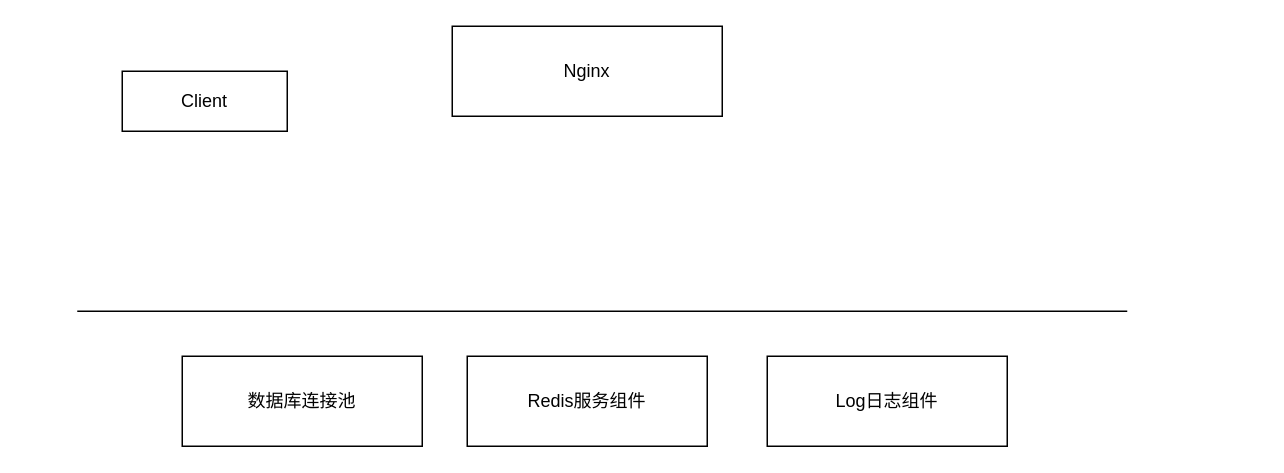
The draw.io diagram page "第 2 页" (2 of 2) of tuchuang.drawio in GreenTee-color/Documents, before the edit. Source tidied: cells renumbered, new cells numbered last; positions are measured from the earlier drawing's top-left corner, leaving out a move shared by most shapes. Both pictures are drawn from the tidied source at 150%, with x=0, y=0 at pixel (76, 26).
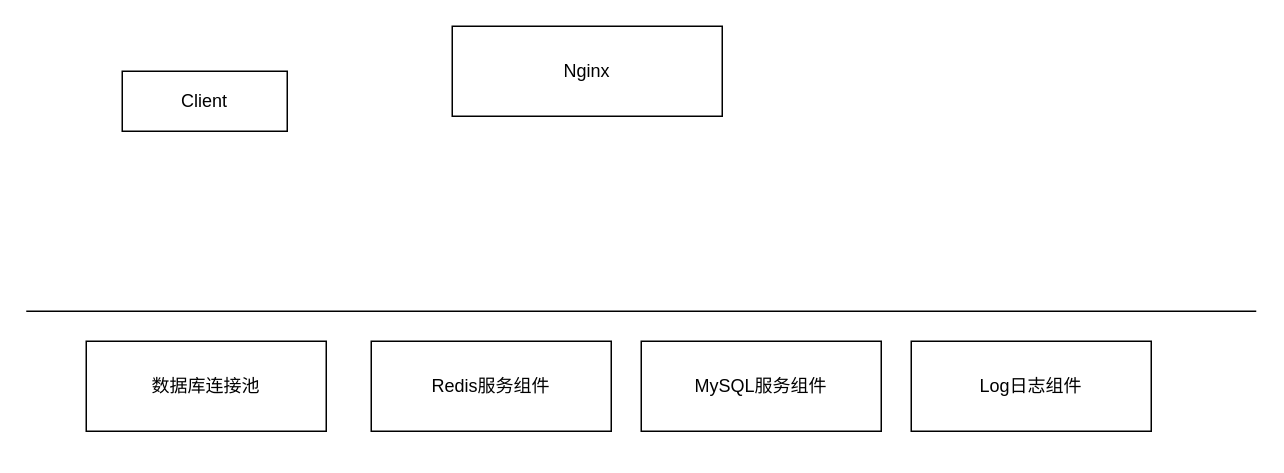
After the change.

Change to the diagram source:
```diff
@@
 <mxGraphModel>
   <root>
     <mxCell id="0" />
     <mxCell id="1" parent="0" />
     <mxCell id="2" value="Client" style="html=1;align=center;verticalAlign=middle;dashed=0;whiteSpace=wrap;" parent="1" vertex="1">
       <mxGeometry x="30" y="30" width="110" height="40" as="geometry" />
     </mxCell>
     <mxCell id="3" value="Nginx" style="html=1;align=center;verticalAlign=middle;dashed=0;whiteSpace=wrap;" parent="1" vertex="1">
       <mxGeometry x="250" width="180" height="60" as="geometry" />
     </mxCell>
     <mxCell id="4" value="数据库连接池" style="html=1;align=center;verticalAlign=middle;dashed=0;whiteSpace=wrap;" parent="1" vertex="1">
-      <mxGeometry x="70" y="220" width="160" height="60" as="geometry" />
+      <mxGeometry x="6" y="210" width="160" height="60" as="geometry" />
     </mxCell>
     <mxCell id="5" value="Redis服务组件" style="html=1;align=center;verticalAlign=middle;dashed=0;whiteSpace=wrap;" parent="1" vertex="1">
-      <mxGeometry x="260" y="220" width="160" height="60" as="geometry" />
+      <mxGeometry x="196" y="210" width="160" height="60" as="geometry" />
     </mxCell>
     <mxCell id="6" value="Log日志组件" style="html=1;align=center;verticalAlign=middle;dashed=0;whiteSpace=wrap;" parent="1" vertex="1">
-      <mxGeometry x="460" y="220" width="160" height="60" as="geometry" />
+      <mxGeometry x="556" y="210" width="160" height="60" as="geometry" />
     </mxCell>
     <mxCell id="7" style="endArrow=none;html=1;rounded=0;" parent="1" edge="1">
       <mxGeometry relative="1" as="geometry">
-        <mxPoint y="190" as="sourcePoint" />
-        <mxPoint x="700" y="190" as="targetPoint" />
+        <mxPoint x="-34" y="190" as="sourcePoint" />
+        <mxPoint x="786" y="190" as="targetPoint" />
       </mxGeometry>
     </mxCell>
+    <mxCell id="8" value="MySQL服务组件" style="html=1;align=center;verticalAlign=middle;dashed=0;whiteSpace=wrap;" parent="1" vertex="1">
+      <mxGeometry x="376" y="210" width="160" height="60" as="geometry" />
+    </mxCell>
   </root>
 </mxGraphModel>
```
